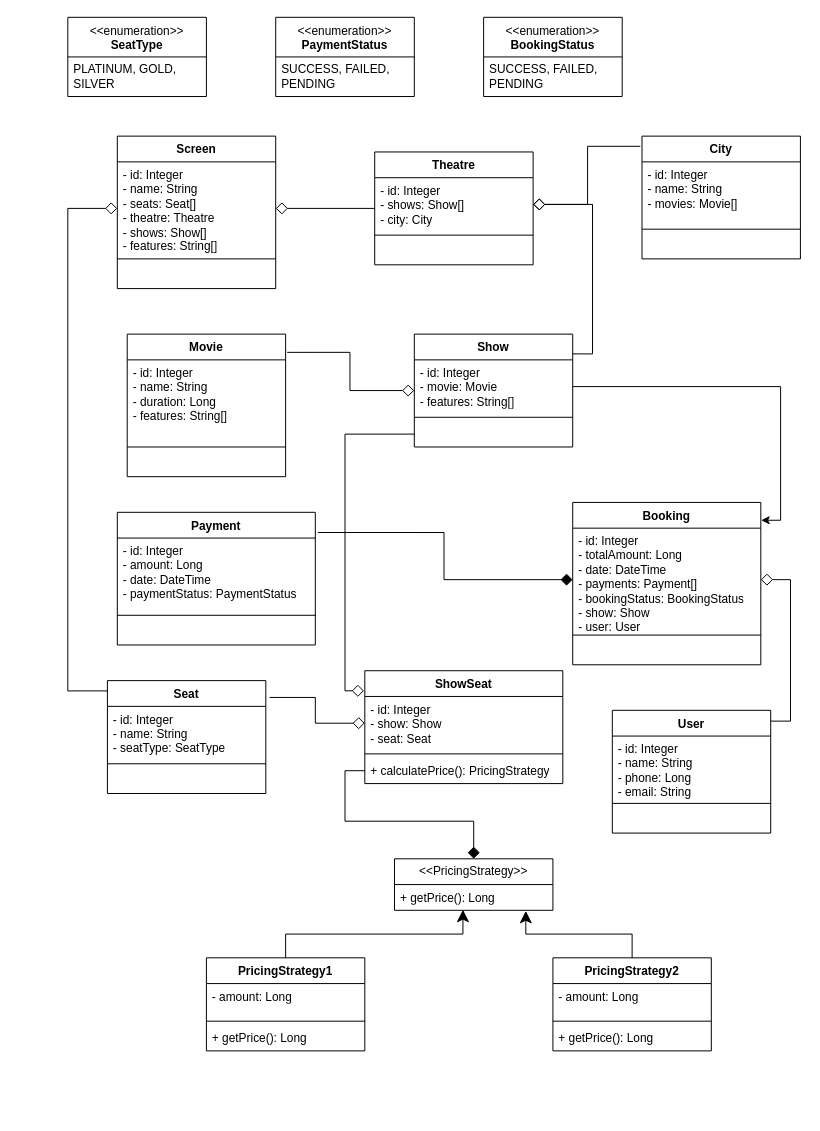
The draw.io diagram lld/class_diagrams/bms.drawio in nityabhaskar21/java_projects, before the edit. Source tidied: cells renumbered, new cells numbered last; positions are measured from the earlier drawing's top-left corner, leaving out a move shared by most shapes. Both pictures are drawn from the tidied source at 99%, with x=0, y=0 at pixel (67, 17).
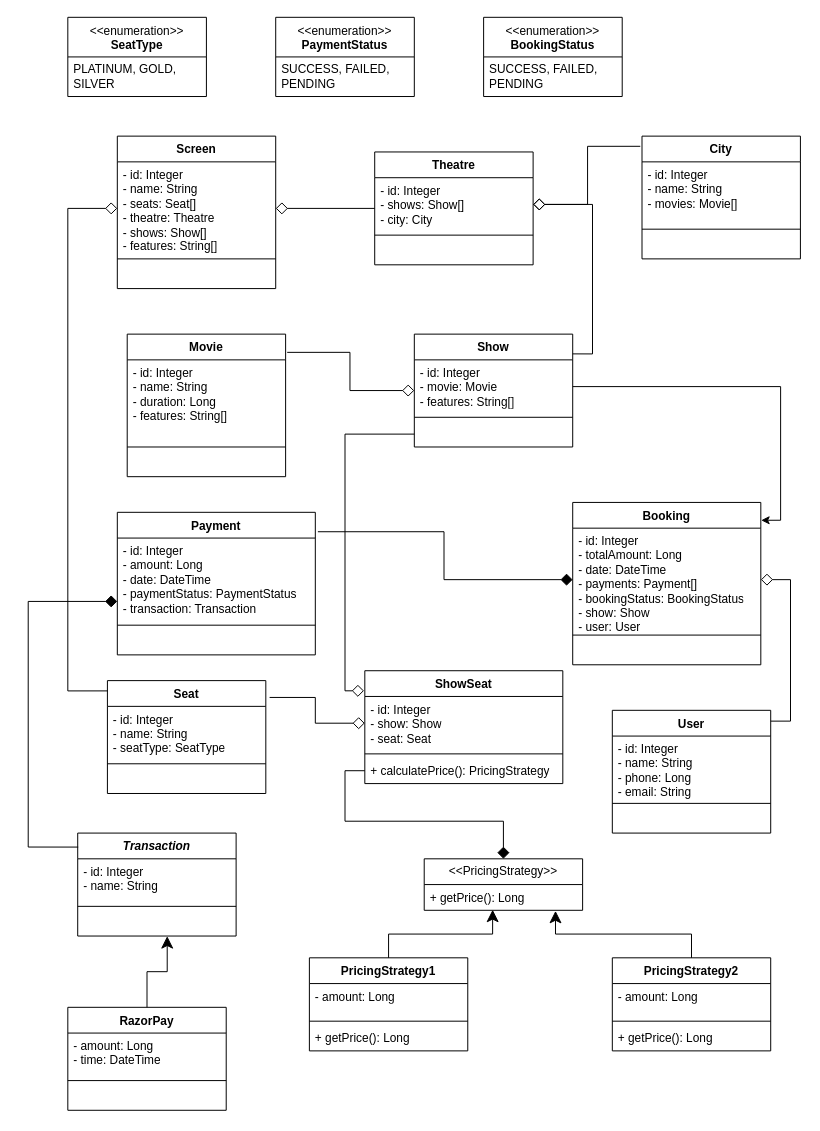
Above is the later version.

Diff of the diagram source:
```diff
@@
     <mxCell id="30" value="Payment" style="swimlane;fontStyle=1;align=center;verticalAlign=top;horizontal=1;startSize=26;whiteSpace=wrap;html=1;" parent="1" vertex="1">
-      <mxGeometry x="50" y="500" width="200" height="134" as="geometry" />
+      <mxGeometry x="50" y="500" width="200" height="144" as="geometry" />
     </mxCell>
-    <mxCell id="31" value="&lt;div&gt;- id: Integer&lt;/div&gt;- amount: Long&lt;div&gt;- date: DateTime&lt;/div&gt;&lt;div&gt;- paymentStatus: PaymentStatus&lt;/div&gt;" style="text;strokeColor=none;fillColor=none;align=left;verticalAlign=top;spacingLeft=4;spacingRight=4;overflow=hidden;points=[[0,0.5],[1,0.5]];portConstraint=eastwest;whiteSpace=wrap;html=1;" parent="30" vertex="1">
-      <mxGeometry y="26" width="200" height="74" as="geometry" />
+    <mxCell id="31" value="&lt;div&gt;- id: Integer&lt;/div&gt;- amount: Long&lt;div&gt;- date: DateTime&lt;/div&gt;&lt;div&gt;- paymentStatus: PaymentStatus&lt;/div&gt;&lt;div&gt;- transaction: Transaction&lt;/div&gt;" style="text;strokeColor=none;fillColor=none;align=left;verticalAlign=top;spacingLeft=4;spacingRight=4;overflow=hidden;points=[[0,0.5],[1,0.5]];portConstraint=eastwest;whiteSpace=wrap;html=1;" parent="30" vertex="1">
+      <mxGeometry y="26" width="200" height="84" as="geometry" />
     </mxCell>
     <mxCell id="32" style="line;strokeWidth=1;fillColor=none;align=left;verticalAlign=middle;spacingTop=-1;spacingLeft=3;spacingRight=3;labelPosition=right;strokeColor=inherit;" parent="30" vertex="1">
-      <mxGeometry y="100" width="200" height="8" as="geometry" />
+      <mxGeometry y="110" width="200" height="8" as="geometry" />
     </mxCell>
     <mxCell id="33" value="&amp;nbsp;" style="text;strokeColor=none;fillColor=none;align=left;verticalAlign=top;spacingLeft=4;spacingRight=4;overflow=hidden;whiteSpace=wrap;html=1;" parent="30" vertex="1">
-      <mxGeometry y="108" width="200" height="26" as="geometry" />
+      <mxGeometry y="118" width="200" height="26" as="geometry" />
     </mxCell>
@@
     <mxCell id="54" value="&amp;lt;&amp;lt;PricingStrategy&amp;gt;&amp;gt;" style="swimlane;fontStyle=0;horizontal=1;startSize=26;fillColor=none;whiteSpace=wrap;html=1;" parent="1" vertex="1">
-      <mxGeometry x="330" y="850" width="160" height="52" as="geometry" />
+      <mxGeometry x="360" y="850" width="160" height="52" as="geometry" />
     </mxCell>
@@
     <mxCell id="56" value="PricingStrategy1" style="swimlane;fontStyle=1;align=center;verticalAlign=top;horizontal=1;startSize=26;whiteSpace=wrap;html=1;" parent="1" vertex="1">
-      <mxGeometry x="140" y="950" width="160" height="94" as="geometry" />
+      <mxGeometry x="244" y="950" width="160" height="94" as="geometry" />
     </mxCell>
@@
     <mxCell id="60" value="PricingStrategy2" style="swimlane;fontStyle=1;align=center;verticalAlign=top;horizontal=1;startSize=26;whiteSpace=wrap;html=1;" parent="1" vertex="1">
-      <mxGeometry x="490" y="950" width="160" height="94" as="geometry" />
+      <mxGeometry x="550" y="950" width="160" height="94" as="geometry" />
     </mxCell>
@@
+    <mxCell id="71" value="&lt;i&gt;Transaction&lt;/i&gt;" style="swimlane;fontStyle=1;align=center;verticalAlign=top;horizontal=1;startSize=26;whiteSpace=wrap;html=1;" parent="1" vertex="1">
+      <mxGeometry x="10" y="824" width="160" height="104" as="geometry" />
+    </mxCell>
+    <mxCell id="72" value="- id: Integer&lt;div&gt;- name: String&lt;/div&gt;" style="text;strokeColor=none;fillColor=none;align=left;verticalAlign=top;spacingLeft=4;spacingRight=4;overflow=hidden;whiteSpace=wrap;html=1;" parent="71" vertex="1">
+      <mxGeometry y="26" width="160" height="44" as="geometry" />
+    </mxCell>
+    <mxCell id="73" style="line;strokeWidth=1;fillColor=none;align=left;verticalAlign=middle;spacingTop=-1;spacingLeft=3;spacingRight=3;labelPosition=right;strokeColor=inherit;" parent="71" vertex="1">
+      <mxGeometry y="70" width="160" height="8" as="geometry" />
+    </mxCell>
+    <mxCell id="74" value="&amp;nbsp;" style="text;strokeColor=none;fillColor=none;align=left;verticalAlign=top;spacingLeft=4;spacingRight=4;overflow=hidden;points=[[0,0.5],[1,0.5]];portConstraint=eastwest;whiteSpace=wrap;html=1;" parent="71" vertex="1">
+      <mxGeometry y="78" width="160" height="26" as="geometry" />
+    </mxCell>
+    <mxCell id="75" value="RazorPay" style="swimlane;fontStyle=1;align=center;verticalAlign=top;horizontal=1;startSize=26;whiteSpace=wrap;html=1;" parent="1" vertex="1">
+      <mxGeometry y="1000" width="160" height="104" as="geometry" />
+    </mxCell>
+    <mxCell id="76" value="- amount: Long&lt;div&gt;- time: DateTime&lt;/div&gt;" style="text;strokeColor=none;fillColor=none;align=left;verticalAlign=top;spacingLeft=4;spacingRight=4;overflow=hidden;whiteSpace=wrap;html=1;" parent="75" vertex="1">
+      <mxGeometry y="26" width="160" height="44" as="geometry" />
+    </mxCell>
+    <mxCell id="77" style="line;strokeWidth=1;fillColor=none;align=left;verticalAlign=middle;spacingTop=-1;spacingLeft=3;spacingRight=3;labelPosition=right;strokeColor=inherit;" parent="75" vertex="1">
+      <mxGeometry y="70" width="160" height="8" as="geometry" />
+    </mxCell>
+    <mxCell id="78" value="&amp;nbsp;" style="text;strokeColor=none;fillColor=none;align=left;verticalAlign=top;spacingLeft=4;spacingRight=4;overflow=hidden;whiteSpace=wrap;html=1;" parent="75" vertex="1">
+      <mxGeometry y="78" width="160" height="26" as="geometry" />
+    </mxCell>
+    <mxCell id="79" style="edgeStyle=orthogonalEdgeStyle;rounded=0;jettySize=auto;html=1;entryX=0.565;entryY=1.005;entryDx=0;entryDy=0;entryPerimeter=0;endSize=10;startSize=10;" parent="1" edge="1" source="75" target="74">
+      <mxGeometry relative="1" as="geometry" />
+    </mxCell>
+    <mxCell id="80" style="edgeStyle=orthogonalEdgeStyle;rounded=0;jettySize=auto;html=1;entryX=0.003;entryY=0.136;entryDx=0;entryDy=0;entryPerimeter=0;startArrow=diamond;startFill=1;endArrow=none;endFill=0;endSize=10;startSize=10;" parent="1" edge="1" source="31" target="71">
+      <mxGeometry relative="1" as="geometry">
+        <Array as="points">
+          <mxPoint x="-40" y="590" />
+          <mxPoint x="-40" y="838" />
+        </Array>
+      </mxGeometry>
+    </mxCell>
```
